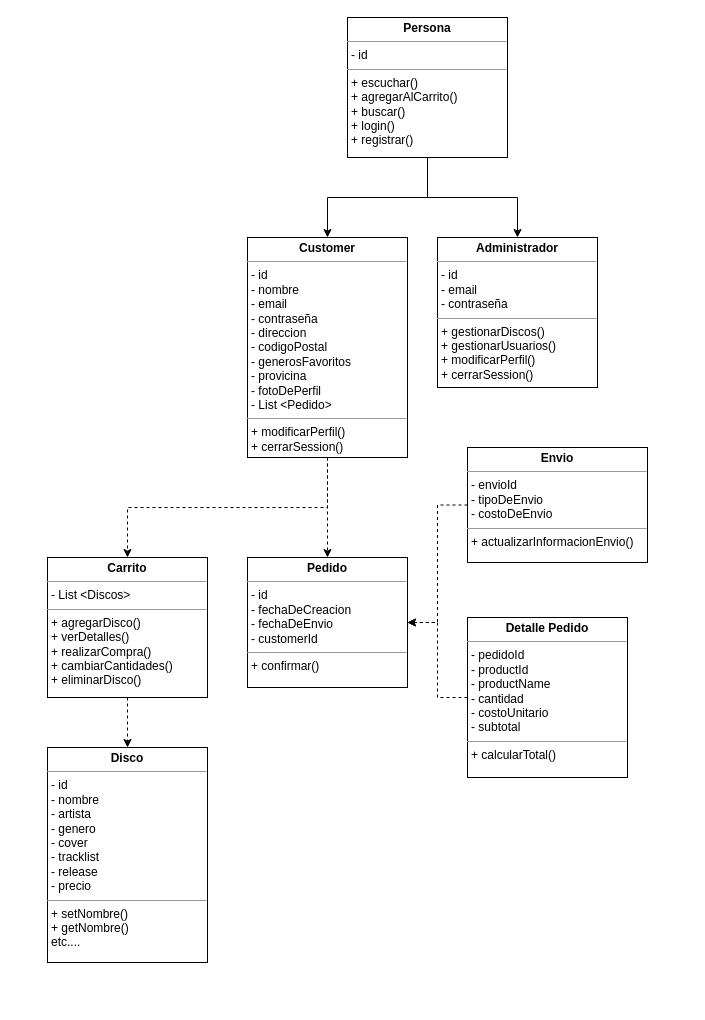
Earlier version of the draw.io diagram Class UML.drawio (sebastinez/grupo6-e-commerce). Source tidied: cells renumbered, new cells numbered last; positions are measured from the earlier drawing's top-left corner, leaving out a move shared by most shapes. Both pictures are drawn from the tidied source at 100%, with x=0, y=0 at pixel (47, 17).
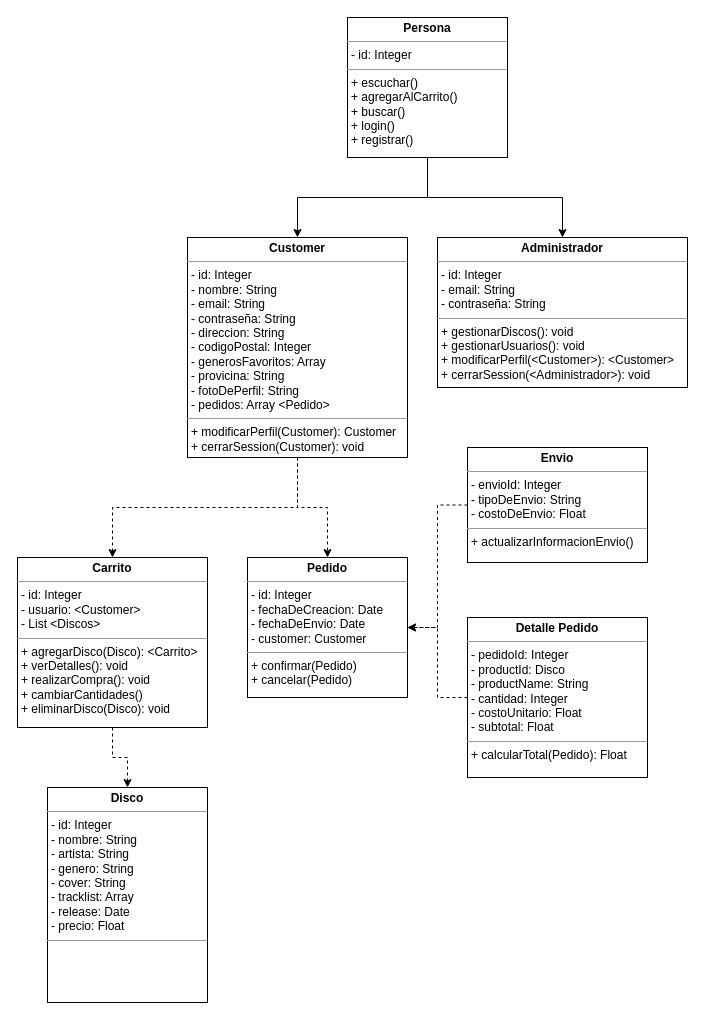
Above is the later version.

Commit message (it also covers changes not shown here):
Actualizacion UML

Diff of the diagram source:
```diff
@@
 <mxGraphModel>
   <root>
     <mxCell id="0" />
     <mxCell id="1" parent="0" />
     <mxCell id="2" style="edgeStyle=orthogonalEdgeStyle;rounded=0;jettySize=auto;html=1;exitX=0.5;exitY=1;exitDx=0;exitDy=0;entryX=0.5;entryY=0;entryDx=0;entryDy=0;" parent="1" edge="1" source="4" target="7">
       <mxGeometry relative="1" as="geometry" />
     </mxCell>
     <mxCell id="3" style="edgeStyle=orthogonalEdgeStyle;rounded=0;jettySize=auto;html=1;exitX=0.5;exitY=1;exitDx=0;exitDy=0;entryX=0.5;entryY=0;entryDx=0;entryDy=0;" parent="1" edge="1" source="4" target="8">
       <mxGeometry relative="1" as="geometry" />
     </mxCell>
-    <mxCell id="4" value="&lt;p style=&quot;margin: 0px ; margin-top: 4px ; text-align: center&quot;&gt;&lt;b&gt;Persona&lt;/b&gt;&lt;/p&gt;&lt;hr size=&quot;1&quot;&gt;&lt;p style=&quot;margin: 0px ; margin-left: 4px&quot;&gt;- id&lt;/p&gt;&lt;hr size=&quot;1&quot;&gt;&lt;p style=&quot;margin: 0px ; margin-left: 4px&quot;&gt;+ escuchar()&lt;/p&gt;&lt;p style=&quot;margin: 0px ; margin-left: 4px&quot;&gt;+ agregarAlCarrito()&lt;br&gt;&lt;/p&gt;&lt;p style=&quot;margin: 0px ; margin-left: 4px&quot;&gt;+ buscar()&lt;/p&gt;&lt;p style=&quot;margin: 0px ; margin-left: 4px&quot;&gt;+ login()&lt;/p&gt;&lt;p style=&quot;margin: 0px ; margin-left: 4px&quot;&gt;+ registrar()&lt;/p&gt;" style="verticalAlign=top;align=left;overflow=fill;fontSize=12;fontFamily=Helvetica;html=1;" parent="1" vertex="1">
+    <mxCell id="4" value="&lt;p style=&quot;margin: 0px ; margin-top: 4px ; text-align: center&quot;&gt;&lt;b&gt;Persona&lt;/b&gt;&lt;/p&gt;&lt;hr size=&quot;1&quot;&gt;&lt;p style=&quot;margin: 0px ; margin-left: 4px&quot;&gt;- id: Integer&lt;/p&gt;&lt;hr size=&quot;1&quot;&gt;&lt;p style=&quot;margin: 0px ; margin-left: 4px&quot;&gt;+ escuchar()&lt;/p&gt;&lt;p style=&quot;margin: 0px ; margin-left: 4px&quot;&gt;+ agregarAlCarrito()&lt;br&gt;&lt;/p&gt;&lt;p style=&quot;margin: 0px ; margin-left: 4px&quot;&gt;+ buscar()&lt;/p&gt;&lt;p style=&quot;margin: 0px ; margin-left: 4px&quot;&gt;+ login()&lt;/p&gt;&lt;p style=&quot;margin: 0px ; margin-left: 4px&quot;&gt;+ registrar()&lt;/p&gt;" style="verticalAlign=top;align=left;overflow=fill;fontSize=12;fontFamily=Helvetica;html=1;" parent="1" vertex="1">
       <mxGeometry x="300" width="160" height="140" as="geometry" />
     </mxCell>
     <mxCell id="5" style="edgeStyle=orthogonalEdgeStyle;rounded=0;jettySize=auto;html=1;exitX=0.5;exitY=1;exitDx=0;exitDy=0;entryX=0.5;entryY=0;entryDx=0;entryDy=0;dashed=1;" parent="1" edge="1" source="7" target="12">
       <mxGeometry relative="1" as="geometry" />
     </mxCell>
     <mxCell id="6" style="edgeStyle=orthogonalEdgeStyle;rounded=0;jettySize=auto;html=1;exitX=0.5;exitY=1;exitDx=0;exitDy=0;entryX=0.5;entryY=0;entryDx=0;entryDy=0;dashed=1;" parent="1" edge="1" source="7" target="11">
       <mxGeometry relative="1" as="geometry" />
     </mxCell>
-    <mxCell id="7" value="&lt;p style=&quot;margin: 0px ; margin-top: 4px ; text-align: center&quot;&gt;&lt;b&gt;Customer&lt;/b&gt;&lt;/p&gt;&lt;hr size=&quot;1&quot;&gt;&lt;p style=&quot;margin: 0px ; margin-left: 4px&quot;&gt;- id&lt;/p&gt;&lt;p style=&quot;margin: 0px ; margin-left: 4px&quot;&gt;- nombre&lt;/p&gt;&lt;p style=&quot;margin: 0px ; margin-left: 4px&quot;&gt;- email&lt;/p&gt;&lt;p style=&quot;margin: 0px ; margin-left: 4px&quot;&gt;- contraseña&lt;/p&gt;&lt;p style=&quot;margin: 0px ; margin-left: 4px&quot;&gt;- direccion&lt;/p&gt;&lt;p style=&quot;margin: 0px ; margin-left: 4px&quot;&gt;- codigoPostal&lt;/p&gt;&lt;p style=&quot;margin: 0px ; margin-left: 4px&quot;&gt;- generosFavoritos&lt;/p&gt;&lt;p style=&quot;margin: 0px ; margin-left: 4px&quot;&gt;- provicina&lt;/p&gt;&lt;p style=&quot;margin: 0px ; margin-left: 4px&quot;&gt;- fotoDePerfil&lt;/p&gt;&lt;p style=&quot;margin: 0px ; margin-left: 4px&quot;&gt;- List &amp;lt;Pedido&amp;gt;&lt;/p&gt;&lt;hr size=&quot;1&quot;&gt;&lt;p style=&quot;margin: 0px ; margin-left: 4px&quot;&gt;&lt;span&gt;+ modificarPerfil()&lt;/span&gt;&lt;br&gt;&lt;/p&gt;&lt;p style=&quot;margin: 0px ; margin-left: 4px&quot;&gt;+ cerrarSession()&lt;/p&gt;" style="verticalAlign=top;align=left;overflow=fill;fontSize=12;fontFamily=Helvetica;html=1;" parent="1" vertex="1">
-      <mxGeometry x="200" y="220" width="160" height="220" as="geometry" />
+    <mxCell id="7" value="&lt;p style=&quot;margin: 0px ; margin-top: 4px ; text-align: center&quot;&gt;&lt;b&gt;Customer&lt;/b&gt;&lt;/p&gt;&lt;hr size=&quot;1&quot;&gt;&lt;p style=&quot;margin: 0px ; margin-left: 4px&quot;&gt;- id: Integer&lt;/p&gt;&lt;p style=&quot;margin: 0px ; margin-left: 4px&quot;&gt;- nombre: String&lt;/p&gt;&lt;p style=&quot;margin: 0px ; margin-left: 4px&quot;&gt;- email: String&lt;/p&gt;&lt;p style=&quot;margin: 0px ; margin-left: 4px&quot;&gt;- contraseña: String&lt;/p&gt;&lt;p style=&quot;margin: 0px ; margin-left: 4px&quot;&gt;- direccion: String&lt;/p&gt;&lt;p style=&quot;margin: 0px ; margin-left: 4px&quot;&gt;- codigoPostal: Integer&lt;/p&gt;&lt;p style=&quot;margin: 0px ; margin-left: 4px&quot;&gt;- generosFavoritos: Array&lt;/p&gt;&lt;p style=&quot;margin: 0px ; margin-left: 4px&quot;&gt;- provicina: String&lt;/p&gt;&lt;p style=&quot;margin: 0px ; margin-left: 4px&quot;&gt;- fotoDePerfil: String&lt;/p&gt;&lt;p style=&quot;margin: 0px ; margin-left: 4px&quot;&gt;- pedidos: Array &amp;lt;Pedido&amp;gt;&lt;/p&gt;&lt;hr size=&quot;1&quot;&gt;&lt;p style=&quot;margin: 0px ; margin-left: 4px&quot;&gt;&lt;span&gt;+ modificarPerfil(Customer): Customer&lt;/span&gt;&lt;br&gt;&lt;/p&gt;&lt;p style=&quot;margin: 0px ; margin-left: 4px&quot;&gt;+ cerrarSession(Customer): void&lt;/p&gt;" style="verticalAlign=top;align=left;overflow=fill;fontSize=12;fontFamily=Helvetica;html=1;" parent="1" vertex="1">
+      <mxGeometry x="140" y="220" width="220" height="220" as="geometry" />
     </mxCell>
-    <mxCell id="8" value="&lt;p style=&quot;margin: 0px ; margin-top: 4px ; text-align: center&quot;&gt;&lt;b&gt;Administrador&lt;/b&gt;&lt;/p&gt;&lt;hr size=&quot;1&quot;&gt;&lt;p style=&quot;margin: 0px ; margin-left: 4px&quot;&gt;- id&lt;/p&gt;&lt;p style=&quot;margin: 0px ; margin-left: 4px&quot;&gt;- email&lt;/p&gt;&lt;p style=&quot;margin: 0px ; margin-left: 4px&quot;&gt;- contraseña&lt;/p&gt;&lt;hr size=&quot;1&quot;&gt;&lt;p style=&quot;margin: 0px ; margin-left: 4px&quot;&gt;+ gestionarDiscos()&lt;/p&gt;&lt;p style=&quot;margin: 0px ; margin-left: 4px&quot;&gt;+ gestionarUsuarios()&lt;/p&gt;&lt;p style=&quot;margin: 0px ; margin-left: 4px&quot;&gt;+ modificarPerfil()&lt;/p&gt;&lt;p style=&quot;margin: 0px ; margin-left: 4px&quot;&gt;+ cerrarSession()&lt;br&gt;&lt;/p&gt;" style="verticalAlign=top;align=left;overflow=fill;fontSize=12;fontFamily=Helvetica;html=1;" parent="1" vertex="1">
-      <mxGeometry x="390" y="220" width="160" height="150" as="geometry" />
+    <mxCell id="8" value="&lt;p style=&quot;margin: 0px ; margin-top: 4px ; text-align: center&quot;&gt;&lt;b&gt;Administrador&lt;/b&gt;&lt;/p&gt;&lt;hr size=&quot;1&quot;&gt;&lt;p style=&quot;margin: 0px ; margin-left: 4px&quot;&gt;- id: Integer&lt;/p&gt;&lt;p style=&quot;margin: 0px ; margin-left: 4px&quot;&gt;- email: String&lt;/p&gt;&lt;p style=&quot;margin: 0px ; margin-left: 4px&quot;&gt;- contraseña: String&lt;/p&gt;&lt;hr size=&quot;1&quot;&gt;&lt;p style=&quot;margin: 0px ; margin-left: 4px&quot;&gt;+ gestionarDiscos(): void&lt;/p&gt;&lt;p style=&quot;margin: 0px ; margin-left: 4px&quot;&gt;+ gestionarUsuarios(): void&lt;/p&gt;&lt;p style=&quot;margin: 0px ; margin-left: 4px&quot;&gt;+ modificarPerfil(&amp;lt;Customer&amp;gt;): &amp;lt;Customer&amp;gt;&lt;/p&gt;&lt;p style=&quot;margin: 0px ; margin-left: 4px&quot;&gt;+ cerrarSession(&amp;lt;Administrador&amp;gt;): void&lt;br&gt;&lt;/p&gt;" style="verticalAlign=top;align=left;overflow=fill;fontSize=12;fontFamily=Helvetica;html=1;" parent="1" vertex="1">
+      <mxGeometry x="390" y="220" width="250" height="150" as="geometry" />
     </mxCell>
-    <mxCell id="9" value="&lt;p style=&quot;margin: 0px ; margin-top: 4px ; text-align: center&quot;&gt;&lt;b&gt;Disco&lt;/b&gt;&lt;/p&gt;&lt;hr size=&quot;1&quot;&gt;&lt;p style=&quot;margin: 0px ; margin-left: 4px&quot;&gt;- id&lt;/p&gt;&lt;p style=&quot;margin: 0px ; margin-left: 4px&quot;&gt;- nombre&lt;/p&gt;&lt;p style=&quot;margin: 0px ; margin-left: 4px&quot;&gt;- artista&lt;/p&gt;&lt;p style=&quot;margin: 0px ; margin-left: 4px&quot;&gt;- genero&lt;/p&gt;&lt;p style=&quot;margin: 0px ; margin-left: 4px&quot;&gt;- cover&lt;/p&gt;&lt;p style=&quot;margin: 0px ; margin-left: 4px&quot;&gt;- tracklist&lt;/p&gt;&lt;p style=&quot;margin: 0px ; margin-left: 4px&quot;&gt;- release&lt;/p&gt;&lt;p style=&quot;margin: 0px ; margin-left: 4px&quot;&gt;- precio&lt;/p&gt;&lt;hr size=&quot;1&quot;&gt;&lt;p style=&quot;margin: 0px ; margin-left: 4px&quot;&gt;+ setNombre()&lt;/p&gt;&lt;p style=&quot;margin: 0px ; margin-left: 4px&quot;&gt;+ getNombre()&lt;/p&gt;&lt;p style=&quot;margin: 0px ; margin-left: 4px&quot;&gt;etc....&lt;/p&gt;" style="verticalAlign=top;align=left;overflow=fill;fontSize=12;fontFamily=Helvetica;html=1;" parent="1" vertex="1">
-      <mxGeometry y="730" width="160" height="215" as="geometry" />
+    <mxCell id="9" value="&lt;p style=&quot;margin: 0px ; margin-top: 4px ; text-align: center&quot;&gt;&lt;b&gt;Disco&lt;/b&gt;&lt;/p&gt;&lt;hr size=&quot;1&quot;&gt;&lt;p style=&quot;margin: 0px ; margin-left: 4px&quot;&gt;- id: Integer&lt;/p&gt;&lt;p style=&quot;margin: 0px ; margin-left: 4px&quot;&gt;- nombre: String&lt;/p&gt;&lt;p style=&quot;margin: 0px ; margin-left: 4px&quot;&gt;- artista: String&lt;/p&gt;&lt;p style=&quot;margin: 0px ; margin-left: 4px&quot;&gt;- genero: String&lt;/p&gt;&lt;p style=&quot;margin: 0px ; margin-left: 4px&quot;&gt;- cover: String&lt;/p&gt;&lt;p style=&quot;margin: 0px ; margin-left: 4px&quot;&gt;- tracklist: Array&lt;/p&gt;&lt;p style=&quot;margin: 0px ; margin-left: 4px&quot;&gt;- release: Date&lt;/p&gt;&lt;p style=&quot;margin: 0px ; margin-left: 4px&quot;&gt;- precio: Float&lt;/p&gt;&lt;hr size=&quot;1&quot;&gt;&lt;p style=&quot;margin: 0px ; margin-left: 4px&quot;&gt;&lt;br&gt;&lt;/p&gt;" style="verticalAlign=top;align=left;overflow=fill;fontSize=12;fontFamily=Helvetica;html=1;" parent="1" vertex="1">
+      <mxGeometry y="770" width="160" height="215" as="geometry" />
     </mxCell>
     <mxCell id="10" style="edgeStyle=orthogonalEdgeStyle;rounded=0;jettySize=auto;html=1;exitX=0.5;exitY=1;exitDx=0;exitDy=0;entryX=0.5;entryY=0;entryDx=0;entryDy=0;dashed=1;" parent="1" edge="1" source="11" target="9">
       <mxGeometry relative="1" as="geometry" />
     </mxCell>
-    <mxCell id="11" value="&lt;p style=&quot;margin: 0px ; margin-top: 4px ; text-align: center&quot;&gt;&lt;b&gt;Carrito&lt;/b&gt;&lt;/p&gt;&lt;hr size=&quot;1&quot;&gt;&lt;p style=&quot;margin: 0px ; margin-left: 4px&quot;&gt;- List &amp;lt;Discos&amp;gt;&lt;/p&gt;&lt;hr size=&quot;1&quot;&gt;&lt;p style=&quot;margin: 0px ; margin-left: 4px&quot;&gt;+ agregarDisco()&lt;/p&gt;&lt;p style=&quot;margin: 0px ; margin-left: 4px&quot;&gt;+ verDetalles()&lt;/p&gt;&lt;p style=&quot;margin: 0px ; margin-left: 4px&quot;&gt;+ realizarCompra()&lt;/p&gt;&lt;p style=&quot;margin: 0px ; margin-left: 4px&quot;&gt;+ cambiarCantidades()&lt;/p&gt;&lt;p style=&quot;margin: 0px ; margin-left: 4px&quot;&gt;+ eliminarDisco()&lt;/p&gt;" style="verticalAlign=top;align=left;overflow=fill;fontSize=12;fontFamily=Helvetica;html=1;" parent="1" vertex="1">
-      <mxGeometry y="540" width="160" height="140" as="geometry" />
+    <mxCell id="11" value="&lt;p style=&quot;margin: 0px ; margin-top: 4px ; text-align: center&quot;&gt;&lt;b&gt;Carrito&lt;/b&gt;&lt;/p&gt;&lt;hr size=&quot;1&quot;&gt;&lt;p style=&quot;margin: 0px ; margin-left: 4px&quot;&gt;- id: Integer&lt;/p&gt;&lt;p style=&quot;margin: 0px ; margin-left: 4px&quot;&gt;- usuario: &amp;lt;Customer&amp;gt;&lt;/p&gt;&lt;p style=&quot;margin: 0px ; margin-left: 4px&quot;&gt;- List &amp;lt;Discos&amp;gt;&lt;/p&gt;&lt;hr size=&quot;1&quot;&gt;&lt;p style=&quot;margin: 0px ; margin-left: 4px&quot;&gt;+ agregarDisco(Disco): &amp;lt;Carrito&amp;gt;&lt;/p&gt;&lt;p style=&quot;margin: 0px ; margin-left: 4px&quot;&gt;+ verDetalles(): void&lt;/p&gt;&lt;p style=&quot;margin: 0px ; margin-left: 4px&quot;&gt;+ realizarCompra(): void&lt;/p&gt;&lt;p style=&quot;margin: 0px ; margin-left: 4px&quot;&gt;+ cambiarCantidades()&lt;/p&gt;&lt;p style=&quot;margin: 0px ; margin-left: 4px&quot;&gt;+ eliminarDisco(Disco): void&lt;/p&gt;" style="verticalAlign=top;align=left;overflow=fill;fontSize=12;fontFamily=Helvetica;html=1;" parent="1" vertex="1">
+      <mxGeometry x="-30" y="540" width="190" height="170" as="geometry" />
     </mxCell>
-    <mxCell id="12" value="&lt;p style=&quot;margin: 0px ; margin-top: 4px ; text-align: center&quot;&gt;&lt;b&gt;Pedido&lt;/b&gt;&lt;/p&gt;&lt;hr size=&quot;1&quot;&gt;&lt;p style=&quot;margin: 0px ; margin-left: 4px&quot;&gt;- id&lt;/p&gt;&lt;p style=&quot;margin: 0px ; margin-left: 4px&quot;&gt;- fechaDeCreacion&lt;/p&gt;&lt;p style=&quot;margin: 0px ; margin-left: 4px&quot;&gt;- fechaDeEnvio&lt;/p&gt;&lt;p style=&quot;margin: 0px ; margin-left: 4px&quot;&gt;- customerId&lt;/p&gt;&lt;hr size=&quot;1&quot;&gt;&lt;p style=&quot;margin: 0px ; margin-left: 4px&quot;&gt;+ confirmar()&lt;/p&gt;" style="verticalAlign=top;align=left;overflow=fill;fontSize=12;fontFamily=Helvetica;html=1;" parent="1" vertex="1">
-      <mxGeometry x="200" y="540" width="160" height="130" as="geometry" />
+    <mxCell id="12" value="&lt;p style=&quot;margin: 0px ; margin-top: 4px ; text-align: center&quot;&gt;&lt;b&gt;Pedido&lt;/b&gt;&lt;/p&gt;&lt;hr size=&quot;1&quot;&gt;&lt;p style=&quot;margin: 0px ; margin-left: 4px&quot;&gt;- id: Integer&lt;/p&gt;&lt;p style=&quot;margin: 0px ; margin-left: 4px&quot;&gt;- fechaDeCreacion: Date&lt;/p&gt;&lt;p style=&quot;margin: 0px ; margin-left: 4px&quot;&gt;- fechaDeEnvio: Date&lt;/p&gt;&lt;p style=&quot;margin: 0px ; margin-left: 4px&quot;&gt;- customer: Customer&lt;/p&gt;&lt;hr size=&quot;1&quot;&gt;&lt;p style=&quot;margin: 0px ; margin-left: 4px&quot;&gt;+ confirmar(Pedido)&lt;/p&gt;&lt;p style=&quot;margin: 0px ; margin-left: 4px&quot;&gt;+ cancelar(Pedido)&lt;/p&gt;" style="verticalAlign=top;align=left;overflow=fill;fontSize=12;fontFamily=Helvetica;html=1;" parent="1" vertex="1">
+      <mxGeometry x="200" y="540" width="160" height="140" as="geometry" />
     </mxCell>
     <mxCell id="13" style="edgeStyle=orthogonalEdgeStyle;rounded=0;jettySize=auto;html=1;exitX=0;exitY=0.5;exitDx=0;exitDy=0;entryX=1;entryY=0.5;entryDx=0;entryDy=0;dashed=1;" parent="1" edge="1" source="14" target="12">
       <mxGeometry relative="1" as="geometry" />
     </mxCell>
-    <mxCell id="14" value="&lt;p style=&quot;margin: 0px ; margin-top: 4px ; text-align: center&quot;&gt;&lt;b&gt;Detalle Pedido&lt;/b&gt;&lt;/p&gt;&lt;hr size=&quot;1&quot;&gt;&lt;p style=&quot;margin: 0px ; margin-left: 4px&quot;&gt;- pedidoId&lt;/p&gt;&lt;p style=&quot;margin: 0px ; margin-left: 4px&quot;&gt;- productId&lt;/p&gt;&lt;p style=&quot;margin: 0px ; margin-left: 4px&quot;&gt;- productName&lt;/p&gt;&lt;p style=&quot;margin: 0px ; margin-left: 4px&quot;&gt;- cantidad&lt;/p&gt;&lt;p style=&quot;margin: 0px ; margin-left: 4px&quot;&gt;- costoUnitario&lt;/p&gt;&lt;p style=&quot;margin: 0px ; margin-left: 4px&quot;&gt;- subtotal&lt;/p&gt;&lt;hr size=&quot;1&quot;&gt;&lt;p style=&quot;margin: 0px ; margin-left: 4px&quot;&gt;+ calcularTotal()&lt;/p&gt;" style="verticalAlign=top;align=left;overflow=fill;fontSize=12;fontFamily=Helvetica;html=1;" parent="1" vertex="1">
-      <mxGeometry x="420" y="600" width="160" height="160" as="geometry" />
+    <mxCell id="14" value="&lt;p style=&quot;margin: 0px ; margin-top: 4px ; text-align: center&quot;&gt;&lt;b&gt;Detalle Pedido&lt;/b&gt;&lt;/p&gt;&lt;hr size=&quot;1&quot;&gt;&lt;p style=&quot;margin: 0px ; margin-left: 4px&quot;&gt;- pedidoId: Integer&lt;/p&gt;&lt;p style=&quot;margin: 0px ; margin-left: 4px&quot;&gt;- productId: Disco&lt;/p&gt;&lt;p style=&quot;margin: 0px ; margin-left: 4px&quot;&gt;- productName: String&lt;/p&gt;&lt;p style=&quot;margin: 0px ; margin-left: 4px&quot;&gt;- cantidad: Integer&lt;/p&gt;&lt;p style=&quot;margin: 0px ; margin-left: 4px&quot;&gt;- costoUnitario: Float&lt;/p&gt;&lt;p style=&quot;margin: 0px ; margin-left: 4px&quot;&gt;- subtotal: Float&lt;/p&gt;&lt;hr size=&quot;1&quot;&gt;&lt;p style=&quot;margin: 0px ; margin-left: 4px&quot;&gt;+ calcularTotal(Pedido): Float&lt;/p&gt;" style="verticalAlign=top;align=left;overflow=fill;fontSize=12;fontFamily=Helvetica;html=1;" parent="1" vertex="1">
+      <mxGeometry x="420" y="600" width="180" height="160" as="geometry" />
     </mxCell>
     <mxCell id="15" style="edgeStyle=orthogonalEdgeStyle;rounded=0;jettySize=auto;html=1;exitX=0;exitY=0.5;exitDx=0;exitDy=0;entryX=1;entryY=0.5;entryDx=0;entryDy=0;dashed=1;" parent="1" edge="1" source="16" target="12">
       <mxGeometry relative="1" as="geometry" />
     </mxCell>
-    <mxCell id="16" value="&lt;p style=&quot;margin: 0px ; margin-top: 4px ; text-align: center&quot;&gt;&lt;b&gt;Envio&lt;/b&gt;&lt;/p&gt;&lt;hr size=&quot;1&quot;&gt;&lt;p style=&quot;margin: 0px ; margin-left: 4px&quot;&gt;- envioId&lt;/p&gt;&lt;p style=&quot;margin: 0px ; margin-left: 4px&quot;&gt;- tipoDeEnvio&lt;/p&gt;&lt;p style=&quot;margin: 0px ; margin-left: 4px&quot;&gt;- costoDeEnvio&lt;/p&gt;&lt;hr size=&quot;1&quot;&gt;&lt;p style=&quot;margin: 0px ; margin-left: 4px&quot;&gt;+ actualizarInformacionEnvio()&lt;/p&gt;" style="verticalAlign=top;align=left;overflow=fill;fontSize=12;fontFamily=Helvetica;html=1;" parent="1" vertex="1">
+    <mxCell id="16" value="&lt;p style=&quot;margin: 0px ; margin-top: 4px ; text-align: center&quot;&gt;&lt;b&gt;Envio&lt;/b&gt;&lt;/p&gt;&lt;hr size=&quot;1&quot;&gt;&lt;p style=&quot;margin: 0px ; margin-left: 4px&quot;&gt;- envioId: Integer&lt;/p&gt;&lt;p style=&quot;margin: 0px ; margin-left: 4px&quot;&gt;- tipoDeEnvio: String&lt;/p&gt;&lt;p style=&quot;margin: 0px ; margin-left: 4px&quot;&gt;- costoDeEnvio: Float&lt;/p&gt;&lt;hr size=&quot;1&quot;&gt;&lt;p style=&quot;margin: 0px ; margin-left: 4px&quot;&gt;+ actualizarInformacionEnvio()&lt;/p&gt;" style="verticalAlign=top;align=left;overflow=fill;fontSize=12;fontFamily=Helvetica;html=1;" parent="1" vertex="1">
       <mxGeometry x="420" y="430" width="180" height="115" as="geometry" />
     </mxCell>
   </root>
 </mxGraphModel>
```
